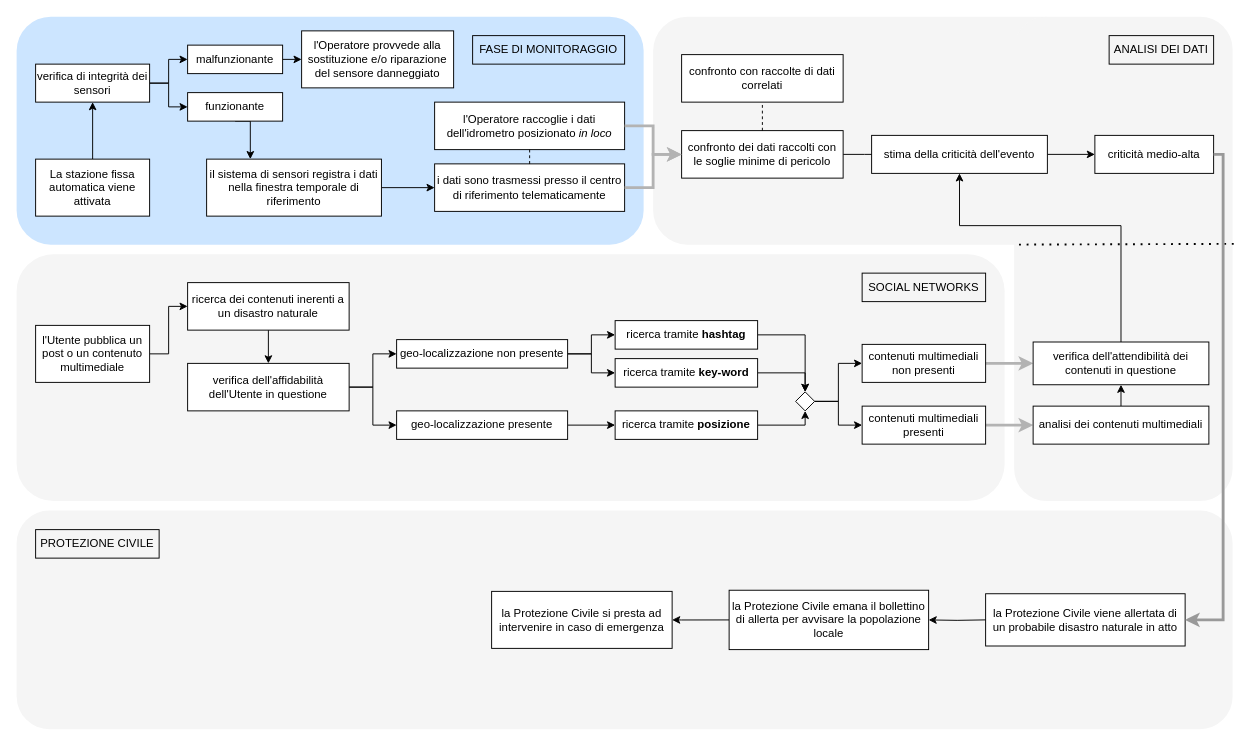
faffolao/ProgettoBD2022 keeps this draw.io diagram as page "monitoraggio tramite stazione fissa automatica" (2 of 2) of schemi ProgettoRIO.drawio. Above is the earlier version. Source tidied: cells renumbered, new cells numbered last; positions are measured from the earlier drawing's top-left corner, leaving out a move shared by most shapes. Both pictures are drawn from the tidied source at 95%, with x=0, y=0 at pixel (16, 16).
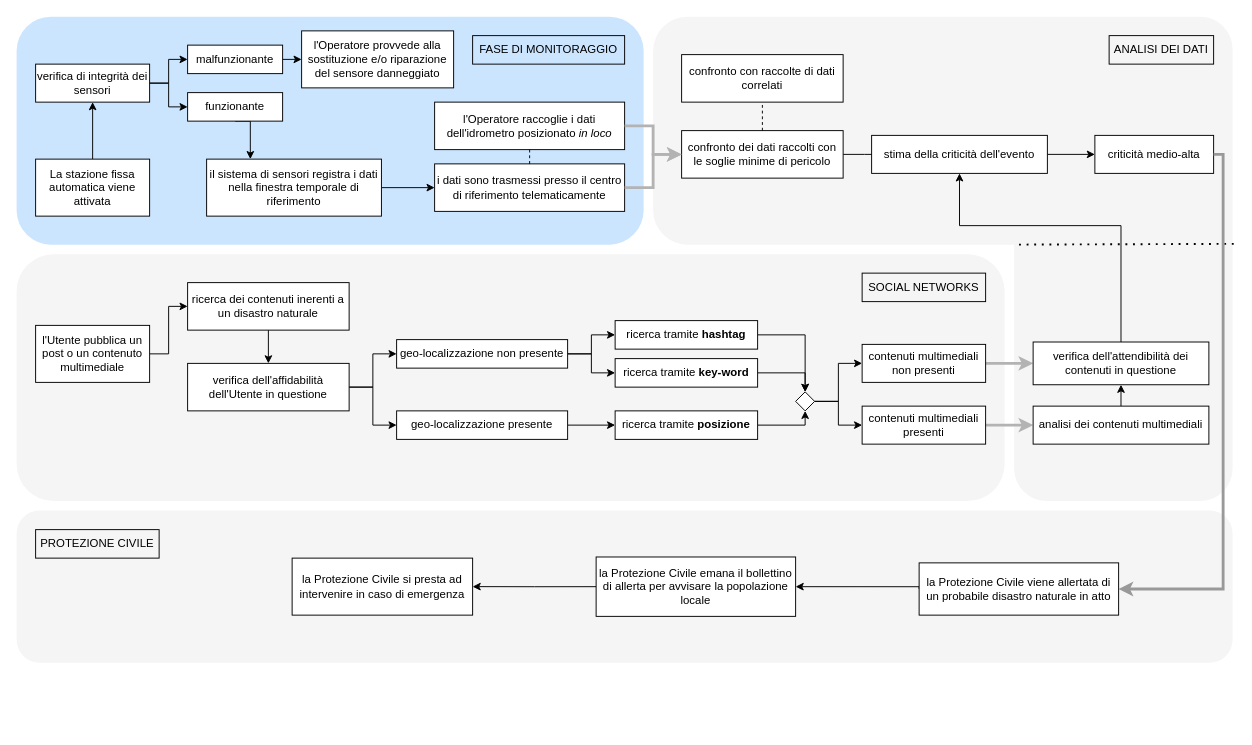
After the change.

The change refers to these unchanged cells:
```xml
<mxCell id="7" value="i dati sono trasmessi presso il centro di riferimento telematicamente" style="rounded=0;whiteSpace=wrap;html=1;shadow=0;glass=0;fillStyle=auto;fillColor=default;gradientColor=none;" parent="1" vertex="1">
  <mxGeometry x="440" y="155" width="200" height="50" as="geometry" />
</mxCell>
<mxCell id="36" value="confronto dei dati raccolti con le soglie minime di pericolo" style="rounded=0;whiteSpace=wrap;html=1;shadow=0;glass=0;fillStyle=auto;fillColor=default;gradientColor=none;" parent="1" vertex="1">
  <mxGeometry x="700" y="120" width="170" height="50" as="geometry" />
</mxCell>
```

Change to the diagram source:
```diff
@@
     <mxCell id="5" style="rounded=1;whiteSpace=wrap;html=1;shadow=0;glass=0;fillStyle=auto;fillColor=#f5f5f5;strokeColor=none;fontColor=#333333;" parent="1" vertex="1">
-      <mxGeometry y="520" width="1280" height="230" as="geometry" />
+      <mxGeometry y="520" width="1280" height="160" as="geometry" />
     </mxCell>
@@
-    <mxCell id="37" value="la Protezione Civile viene allertata di un probabile disastro naturale in atto" style="rounded=0;whiteSpace=wrap;html=1;shadow=0;glass=0;fillStyle=auto;fillColor=default;gradientColor=none;" parent="1" vertex="1">
-      <mxGeometry x="1020" y="607.5" width="210" height="55" as="geometry" />
-    </mxCell>
@@
-    <mxCell id="66" style="edgeStyle=orthogonalEdgeStyle;rounded=0;orthogonalLoop=1;jettySize=auto;html=1;exitX=1;exitY=0.5;exitDx=0;exitDy=0;strokeColor=#999999;strokeWidth=3;" parent="1" edge="1">
+    <mxCell id="66" style="edgeStyle=orthogonalEdgeStyle;rounded=0;jettySize=auto;html=1;exitX=1;exitY=0.5;exitDx=0;exitDy=0;strokeColor=#999999;strokeWidth=3;entryX=1;entryY=0.5;entryDx=0;entryDy=0;" parent="1" edge="1" target="37">
       <mxGeometry relative="1" as="geometry">
         <mxPoint x="1260" y="145" as="sourcePoint" />
-        <mxPoint x="1230" y="635" as="targetPoint" />
         <Array as="points">
           <mxPoint x="1270" y="145" />
-          <mxPoint x="1270" y="635" />
+          <mxPoint x="1270" y="603" />
         </Array>
       </mxGeometry>
     </mxCell>
-    <mxCell id="67" style="edgeStyle=orthogonalEdgeStyle;rounded=0;jettySize=auto;html=1;exitX=0;exitY=0.5;exitDx=0;exitDy=0;entryX=1;entryY=0.5;entryDx=0;entryDy=0;" parent="1" edge="1" target="69">
-      <mxGeometry relative="1" as="geometry">
-        <mxPoint x="1020" y="635" as="sourcePoint" />
-      </mxGeometry>
-    </mxCell>
+    <mxCell id="71" style="edgeStyle=orthogonalEdgeStyle;rounded=0;jettySize=auto;html=1;exitX=1;exitY=0.5;exitDx=0;exitDy=0;entryX=0;entryY=0.5;entryDx=0;entryDy=0;strokeColor=#B3B3B3;strokeWidth=3;" parent="1" edge="1" source="7" target="36">
+      <mxGeometry relative="1" as="geometry" />
+    </mxCell>
+    <mxCell id="72" style="edgeStyle=orthogonalEdgeStyle;rounded=0;jettySize=auto;html=1;exitX=0;exitY=0.5;exitDx=0;exitDy=0;entryX=1;entryY=0.5;entryDx=0;entryDy=0;" parent="1" edge="1" source="37" target="69">
+      <mxGeometry relative="1" as="geometry">
+        <Array as="points">
+          <mxPoint x="950" y="600" />
+        </Array>
+      </mxGeometry>
+    </mxCell>
+    <mxCell id="37" value="la Protezione Civile viene allertata di un probabile disastro naturale in atto" style="rounded=0;whiteSpace=wrap;html=1;shadow=0;glass=0;fillStyle=auto;fillColor=default;gradientColor=none;" parent="1" vertex="1">
+      <mxGeometry x="950" y="575" width="210" height="55" as="geometry" />
+    </mxCell>
     <mxCell id="68" style="edgeStyle=orthogonalEdgeStyle;rounded=0;jettySize=auto;html=1;exitX=0;exitY=0.5;exitDx=0;exitDy=0;entryX=1;entryY=0.5;entryDx=0;entryDy=0;" parent="1" edge="1" source="69" target="70">
-      <mxGeometry relative="1" as="geometry">
-        <Array as="points">
-          <mxPoint x="700" y="635" />
-        </Array>
-      </mxGeometry>
+      <mxGeometry relative="1" as="geometry" />
     </mxCell>
     <mxCell id="69" value="la Protezione Civile emana il bollettino di allerta per avvisare la popolazione locale" style="rounded=0;whiteSpace=wrap;html=1;fillColor=default;" parent="1" vertex="1">
-      <mxGeometry x="750" y="603.8" width="210" height="62.5" as="geometry" />
+      <mxGeometry x="610" y="568.8" width="210" height="62.5" as="geometry" />
     </mxCell>
     <mxCell id="70" value="la Protezione Civile si presta ad intervenire in caso di emergenza" style="rounded=0;whiteSpace=wrap;html=1;fillColor=default;" parent="1" vertex="1">
-      <mxGeometry x="500" y="605" width="190" height="60" as="geometry" />
+      <mxGeometry x="290" y="570" width="190" height="60" as="geometry" />
     </mxCell>
-    <mxCell id="71" style="edgeStyle=orthogonalEdgeStyle;rounded=0;jettySize=auto;html=1;exitX=1;exitY=0.5;exitDx=0;exitDy=0;entryX=0;entryY=0.5;entryDx=0;entryDy=0;strokeColor=#B3B3B3;strokeWidth=3;" parent="1" edge="1" source="7" target="36">
-      <mxGeometry relative="1" as="geometry" />
-    </mxCell>
```
